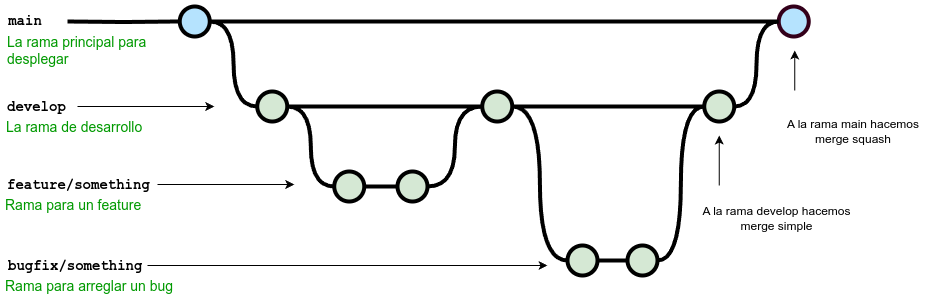
Earlier version of the draw.io export static/ox-hugo/gitflow.png (migueldeoleiros/wiki). Source tidied: cells renumbered, new cells last; positions are measured from the earlier drawing's top-left corner, leaving out a move shared by most shapes. Its diagram source:
```xml
<mxGraphModel>
  <root>
    <mxCell id="0" />
    <mxCell id="1" parent="0" />
    <mxCell id="2" style="edgeStyle=orthogonalEdgeStyle;rounded=0;html=1;jettySize=auto;plain-blue;endArrow=none;endFill=0;strokeWidth=4;strokeColor=#000000;" parent="1" edge="1" source="4" target="5">
      <mxGeometry x="292.2" y="211" as="geometry" />
    </mxCell>
    <mxCell id="3" style="edgeStyle=orthogonalEdgeStyle;curved=1;rounded=0;html=1;exitX=1;exitY=0.5;exitPerimeter=0;entryX=0;entryY=0.5;entryPerimeter=0;endArrow=none;endFill=0;jettySize=auto;strokeWidth=4;fontSize=15;" parent="1" edge="1" source="4" target="9">
      <mxGeometry relative="1" as="geometry" />
    </mxCell>
    <mxCell id="4" style="verticalLabelPosition=bottom;verticalAlign=top;html=1;strokeWidth=4;shape=mxgraph.flowchart.on-page_reference;plain-blue;gradientColor=none;fillColor=#B5E3Fe;strokeColor=#000000;" parent="1" vertex="1">
      <mxGeometry x="179.2" y="6" width="30" height="30" as="geometry" />
    </mxCell>
    <mxCell id="5" style="verticalLabelPosition=bottom;verticalAlign=top;html=1;strokeWidth=4;shape=mxgraph.flowchart.on-page_reference;plain-blue;gradientColor=none;strokeColor=#33001A;fillColor=#B5E3FE;" parent="1" vertex="1">
      <mxGeometry x="778.2" y="6" width="30" height="30" as="geometry" />
    </mxCell>
    <mxCell id="6" style="edgeStyle=orthogonalEdgeStyle;rounded=0;html=1;jettySize=auto;strokeWidth=4;endArrow=none;endFill=0;" parent="1" edge="1" target="4">
      <mxGeometry x="192.2" y="211" as="geometry">
        <mxPoint x="67" y="21" as="sourcePoint" />
      </mxGeometry>
    </mxCell>
    <mxCell id="7" value="main" style="text;html=1;strokeColor=none;fillColor=none;align=center;verticalAlign=middle;whiteSpace=wrap;overflow=hidden;fontSize=14;fontStyle=1;fontFamily=Courier New;" parent="1" vertex="1">
      <mxGeometry width="50" height="42" as="geometry" />
    </mxCell>
    <mxCell id="8" style="edgeStyle=orthogonalEdgeStyle;curved=1;rounded=0;html=1;exitX=1;exitY=0.5;exitPerimeter=0;endArrow=none;endFill=0;jettySize=auto;strokeWidth=4;fontSize=15;" parent="1" edge="1" source="9" target="10">
      <mxGeometry relative="1" as="geometry" />
    </mxCell>
    <mxCell id="9" style="verticalLabelPosition=bottom;verticalAlign=top;html=1;strokeWidth=4;shape=mxgraph.flowchart.on-page_reference;plain-purple;gradientColor=none;strokeColor=#000000;fillColor=#D5E8D4;" parent="1" vertex="1">
      <mxGeometry x="256.8" y="91" width="30" height="30" as="geometry" />
    </mxCell>
    <mxCell id="10" style="verticalLabelPosition=bottom;verticalAlign=top;html=1;strokeWidth=4;shape=mxgraph.flowchart.on-page_reference;plain-purple;gradientColor=none;strokeColor=#000000;fillColor=#D5E8D4;" parent="1" vertex="1">
      <mxGeometry x="481.8" y="91" width="30" height="30" as="geometry" />
    </mxCell>
    <mxCell id="11" value="develop" style="text;html=1;strokeColor=none;fillColor=none;align=left;verticalAlign=middle;whiteSpace=wrap;overflow=hidden;fontSize=14;fontStyle=1;fontFamily=Courier New;" parent="1" vertex="1">
      <mxGeometry x="5.2" y="96" width="71.8" height="20" as="geometry" />
    </mxCell>
    <mxCell id="12" style="edgeStyle=orthogonalEdgeStyle;rounded=0;jettySize=auto;html=1;endArrow=none;endFill=0;strokeWidth=4;" parent="1" edge="1" source="14" target="15">
      <mxGeometry relative="1" as="geometry" />
    </mxCell>
    <mxCell id="13" style="edgeStyle=orthogonalEdgeStyle;rounded=0;jettySize=auto;html=1;entryX=1;entryY=0.5;entryDx=0;entryDy=0;entryPerimeter=0;endArrow=none;endFill=0;strokeWidth=4;curved=1;" parent="1" edge="1" source="14" target="9">
      <mxGeometry relative="1" as="geometry" />
    </mxCell>
    <mxCell id="14" style="verticalLabelPosition=bottom;verticalAlign=top;html=1;strokeWidth=4;shape=mxgraph.flowchart.on-page_reference;plain-purple;gradientColor=none;strokeColor=#000000;fillColor=#D5E8D4;" parent="1" vertex="1">
      <mxGeometry x="333.8" y="171" width="30" height="30" as="geometry" />
    </mxCell>
    <mxCell id="15" style="verticalLabelPosition=bottom;verticalAlign=top;html=1;strokeWidth=4;shape=mxgraph.flowchart.on-page_reference;plain-purple;gradientColor=none;strokeColor=#000000;fillColor=#D5E8D4;" parent="1" vertex="1">
      <mxGeometry x="397" y="171" width="30" height="30" as="geometry" />
    </mxCell>
    <mxCell id="16" style="edgeStyle=orthogonalEdgeStyle;curved=1;rounded=0;jettySize=auto;html=1;endArrow=none;endFill=0;strokeWidth=4;fontFamily=Courier New;fontColor=#009900;" parent="1" edge="1" source="17" target="19">
      <mxGeometry relative="1" as="geometry" />
    </mxCell>
    <mxCell id="17" style="verticalLabelPosition=bottom;verticalAlign=top;html=1;strokeWidth=4;shape=mxgraph.flowchart.on-page_reference;plain-purple;gradientColor=none;strokeColor=#000000;fillColor=#D5E8D4;" parent="1" vertex="1">
      <mxGeometry x="567" y="245" width="30" height="30" as="geometry" />
    </mxCell>
    <mxCell id="18" style="edgeStyle=orthogonalEdgeStyle;curved=1;rounded=0;jettySize=auto;html=1;entryX=0;entryY=0.5;entryDx=0;entryDy=0;entryPerimeter=0;endArrow=none;endFill=0;strokeWidth=4;fontFamily=Courier New;fontColor=#009900;" parent="1" edge="1" source="19" target="31">
      <mxGeometry relative="1" as="geometry" />
    </mxCell>
    <mxCell id="19" style="verticalLabelPosition=bottom;verticalAlign=top;html=1;strokeWidth=4;shape=mxgraph.flowchart.on-page_reference;plain-purple;gradientColor=none;strokeColor=#000000;fillColor=#D5E8D4;" parent="1" vertex="1">
      <mxGeometry x="627" y="245" width="30" height="30" as="geometry" />
    </mxCell>
    <mxCell id="20" value="feature/something" style="text;html=1;strokeColor=none;fillColor=none;align=left;verticalAlign=middle;whiteSpace=wrap;overflow=hidden;fontSize=14;fontStyle=1;fontFamily=Courier New;" parent="1" vertex="1">
      <mxGeometry x="4.8" y="174" width="152.2" height="20" as="geometry" />
    </mxCell>
    <mxCell id="21" value="bugfix/something" style="text;html=1;strokeColor=none;fillColor=none;align=left;verticalAlign=middle;whiteSpace=wrap;overflow=hidden;fontSize=14;fontStyle=1;fontFamily=Courier New;" parent="1" vertex="1">
      <mxGeometry x="5.5" y="255" width="141.5" height="20" as="geometry" />
    </mxCell>
    <mxCell id="22" value="Rama para un feature" style="text;html=1;strokeColor=none;fillColor=none;align=left;verticalAlign=middle;whiteSpace=wrap;overflow=hidden;fontSize=14;fontStyle=0;fontColor=#009900;" parent="1" vertex="1">
      <mxGeometry x="2.8" y="194" width="240" height="20" as="geometry" />
    </mxCell>
    <mxCell id="23" value="Rama para arreglar un bug" style="text;html=1;strokeColor=none;fillColor=none;align=left;verticalAlign=middle;whiteSpace=wrap;overflow=hidden;fontSize=14;fontStyle=0;fontColor=#009900;" parent="1" vertex="1">
      <mxGeometry x="2.8" y="275" width="240" height="20" as="geometry" />
    </mxCell>
    <mxCell id="24" value="La rama de desarrollo" style="text;html=1;strokeColor=none;fillColor=none;align=left;verticalAlign=middle;whiteSpace=wrap;overflow=hidden;fontSize=14;fontStyle=0;fontColor=#009900;" parent="1" vertex="1">
      <mxGeometry x="3.8" y="116" width="240" height="20" as="geometry" />
    </mxCell>
    <mxCell id="25" value="La rama principal para desplegar" style="text;html=1;strokeColor=none;fillColor=none;align=left;verticalAlign=middle;whiteSpace=wrap;overflow=hidden;fontSize=14;fontStyle=0;fontColor=#009900;" parent="1" vertex="1">
      <mxGeometry x="5.2" y="30" width="146.8" height="40" as="geometry" />
    </mxCell>
    <mxCell id="26" style="endArrow=classic;html=1;strokeWidth=1;fontFamily=Courier New;fontColor=#009900;" parent="1" edge="1" source="21">
      <mxGeometry relative="1" as="geometry">
        <mxPoint x="547" y="265" as="targetPoint" />
      </mxGeometry>
    </mxCell>
    <mxCell id="27" style="endArrow=classic;html=1;strokeWidth=1;fontFamily=Courier New;fontColor=#009900;" parent="1" edge="1" source="20">
      <mxGeometry relative="1" as="geometry">
        <mxPoint x="293.8" y="184" as="targetPoint" />
      </mxGeometry>
    </mxCell>
    <mxCell id="28" style="endArrow=classic;html=1;strokeWidth=1;fontFamily=Courier New;fontColor=#009900;" parent="1" edge="1" source="11">
      <mxGeometry relative="1" as="geometry">
        <mxPoint x="213.8" y="106" as="targetPoint" />
      </mxGeometry>
    </mxCell>
    <mxCell id="29" style="edgeStyle=orthogonalEdgeStyle;curved=1;rounded=0;jettySize=auto;html=1;endArrow=none;endFill=0;strokeWidth=4;fontFamily=Courier New;fontColor=#009900;" parent="1" edge="1" source="10" target="31">
      <mxGeometry relative="1" as="geometry" />
    </mxCell>
    <mxCell id="30" style="edgeStyle=orthogonalEdgeStyle;curved=1;rounded=0;jettySize=auto;html=1;entryX=0;entryY=0.5;entryDx=0;entryDy=0;entryPerimeter=0;endArrow=none;endFill=0;strokeWidth=4;fontFamily=Courier New;fontColor=#009900;" parent="1" edge="1" source="31" target="5">
      <mxGeometry relative="1" as="geometry" />
    </mxCell>
    <mxCell id="31" style="verticalLabelPosition=bottom;verticalAlign=top;html=1;strokeWidth=4;shape=mxgraph.flowchart.on-page_reference;plain-purple;gradientColor=none;strokeColor=#000000;fillColor=#D5E8D4;" parent="1" vertex="1">
      <mxGeometry x="703.8" y="91" width="30" height="30" as="geometry" />
    </mxCell>
    <mxCell id="32" style="endArrow=classic;html=1;strokeWidth=1;fontFamily=Courier New;fontColor=#009900;" parent="1" edge="1">
      <mxGeometry relative="1" as="geometry">
        <mxPoint x="718.8" y="185" as="sourcePoint" />
        <mxPoint x="718.8" y="135" as="targetPoint" />
      </mxGeometry>
    </mxCell>
    <mxCell id="33" value="&lt;div style=&quot;text-align: center;&quot;&gt;&lt;span style=&quot;background-color: transparent; color: light-dark(rgb(0, 0, 0), rgb(237, 237, 237));&quot;&gt;A la rama develop hacemos merge simple&lt;/span&gt;&lt;/div&gt;" style="text;html=1;strokeColor=none;fillColor=none;align=left;verticalAlign=middle;whiteSpace=wrap;overflow=hidden;fontSize=12;fontStyle=0;fontColor=#000000;" parent="1" vertex="1">
      <mxGeometry x="693.8" y="185" width="163.2" height="66" as="geometry" />
    </mxCell>
    <mxCell id="34" style="endArrow=classic;html=1;strokeWidth=1;fontFamily=Courier New;fontColor=#009900;" parent="1" edge="1">
      <mxGeometry relative="1" as="geometry">
        <mxPoint x="794.2" y="90" as="sourcePoint" />
        <mxPoint x="794.2" y="50" as="targetPoint" />
      </mxGeometry>
    </mxCell>
    <mxCell id="35" value="&lt;span style=&quot;&quot;&gt;A la rama main hacemos merge squash&lt;/span&gt;" style="text;html=1;strokeColor=none;fillColor=none;align=center;verticalAlign=middle;whiteSpace=wrap;overflow=hidden;fontSize=12;fontStyle=0;fontColor=#000000;" parent="1" vertex="1">
      <mxGeometry x="769.2" y="91" width="167.8" height="81" as="geometry" />
    </mxCell>
    <mxCell id="36" style="edgeStyle=orthogonalEdgeStyle;curved=1;rounded=0;jettySize=auto;html=1;entryX=0;entryY=0.5;entryDx=0;entryDy=0;entryPerimeter=0;endArrow=none;endFill=0;strokeWidth=4;fontFamily=Courier New;fontColor=#009900;exitX=1;exitY=0.5;exitDx=0;exitDy=0;exitPerimeter=0;" parent="1" edge="1" source="15" target="10">
      <mxGeometry relative="1" as="geometry" />
    </mxCell>
    <mxCell id="37" style="edgeStyle=orthogonalEdgeStyle;rounded=0;jettySize=auto;html=1;entryX=1;entryY=0.5;entryDx=0;entryDy=0;entryPerimeter=0;endArrow=none;endFill=0;strokeWidth=4;curved=1;exitX=0;exitY=0.5;exitDx=0;exitDy=0;exitPerimeter=0;" parent="1" edge="1" source="17" target="10">
      <mxGeometry relative="1" as="geometry" />
    </mxCell>
  </root>
</mxGraphModel>
```
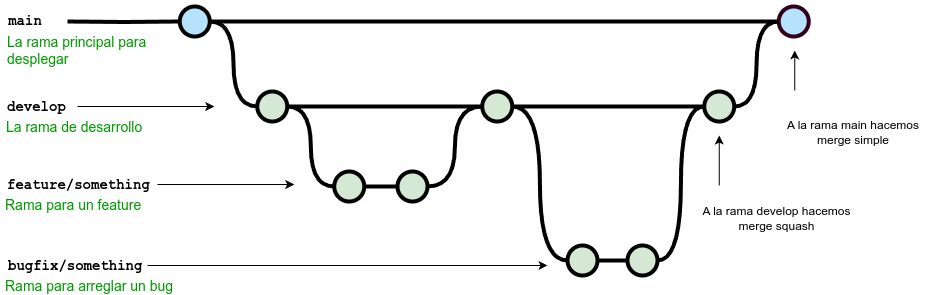
The same diagram one commit later.

Commit message:
Quartz sync: Sep 23, 2025, 11:32 AM

The edit, as a diff of the source:
```diff
@@ -106,7 +106,7 @@
         <mxPoint x="718.8" y="135" as="targetPoint" />
       </mxGeometry>
     </mxCell>
-    <mxCell id="33" value="&lt;div style=&quot;text-align: center;&quot;&gt;&lt;span style=&quot;background-color: transparent; color: light-dark(rgb(0, 0, 0), rgb(237, 237, 237));&quot;&gt;A la rama develop hacemos merge simple&lt;/span&gt;&lt;/div&gt;" style="text;html=1;strokeColor=none;fillColor=none;align=left;verticalAlign=middle;whiteSpace=wrap;overflow=hidden;fontSize=12;fontStyle=0;fontColor=#000000;" parent="1" vertex="1">
+    <mxCell id="33" value="&lt;div style=&quot;text-align: center;&quot;&gt;&lt;span style=&quot;background-color: transparent; color: light-dark(rgb(0, 0, 0), rgb(237, 237, 237));&quot;&gt;A la rama develop hacemos merge squash&lt;/span&gt;&lt;/div&gt;" style="text;html=1;strokeColor=none;fillColor=none;align=left;verticalAlign=middle;whiteSpace=wrap;overflow=hidden;fontSize=12;fontStyle=0;fontColor=#000000;" parent="1" vertex="1">
       <mxGeometry x="693.8" y="185" width="163.2" height="66" as="geometry" />
     </mxCell>
     <mxCell id="34" style="endArrow=classic;html=1;strokeWidth=1;fontFamily=Courier New;fontColor=#009900;" parent="1" edge="1">
@@ -115,7 +115,7 @@
         <mxPoint x="794.2" y="50" as="targetPoint" />
       </mxGeometry>
     </mxCell>
-    <mxCell id="35" value="&lt;span style=&quot;&quot;&gt;A la rama main hacemos merge squash&lt;/span&gt;" style="text;html=1;strokeColor=none;fillColor=none;align=center;verticalAlign=middle;whiteSpace=wrap;overflow=hidden;fontSize=12;fontStyle=0;fontColor=#000000;" parent="1" vertex="1">
+    <mxCell id="35" value="&lt;span style=&quot;&quot;&gt;A la rama main hacemos merge simple&lt;/span&gt;" style="text;html=1;strokeColor=none;fillColor=none;align=center;verticalAlign=middle;whiteSpace=wrap;overflow=hidden;fontSize=12;fontStyle=0;fontColor=#000000;" parent="1" vertex="1">
       <mxGeometry x="769.2" y="91" width="167.8" height="81" as="geometry" />
     </mxCell>
     <mxCell id="36" style="edgeStyle=orthogonalEdgeStyle;curved=1;rounded=0;jettySize=auto;html=1;entryX=0;entryY=0.5;entryDx=0;entryDy=0;entryPerimeter=0;endArrow=none;endFill=0;strokeWidth=4;fontFamily=Courier New;fontColor=#009900;exitX=1;exitY=0.5;exitDx=0;exitDy=0;exitPerimeter=0;" parent="1" edge="1" source="15" target="10">
```
